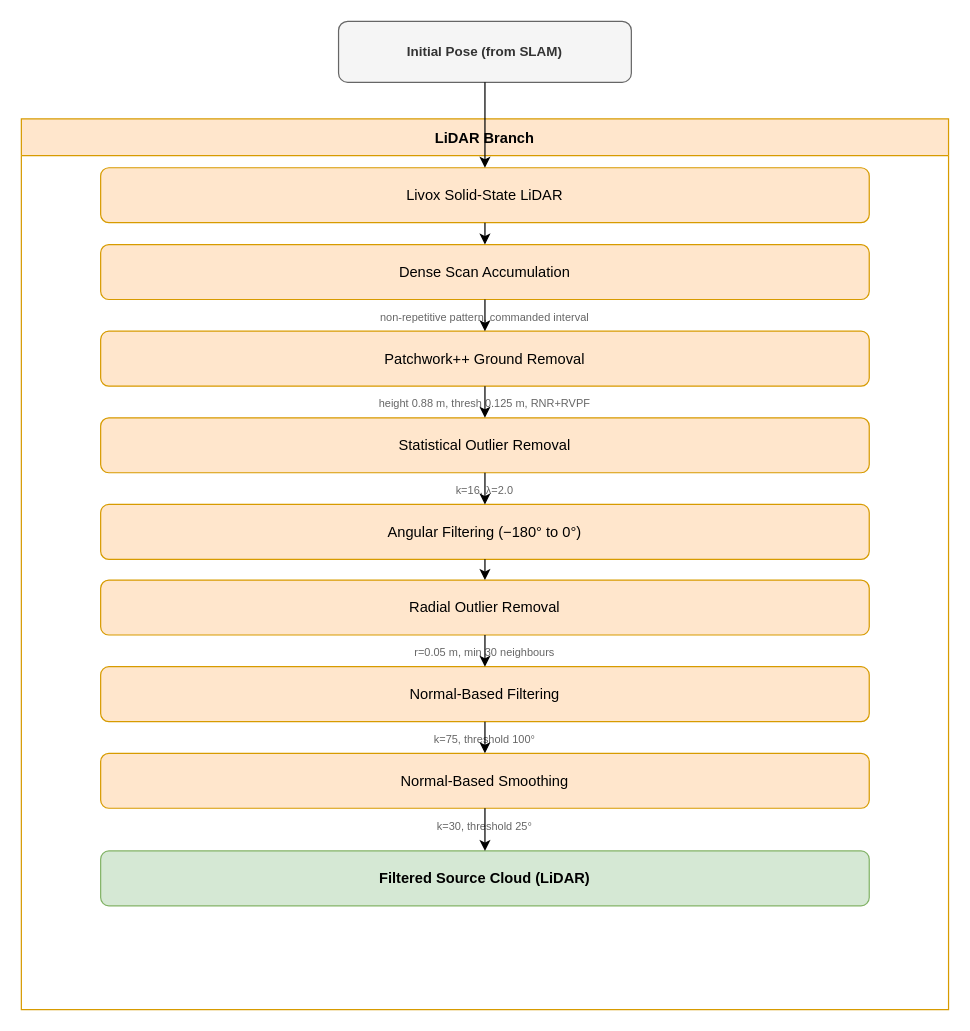
Before: 4-precise-alignment/4-methodology/figures/pa-pipeline-lidar.drawio in philipStenger/masters-thesis, a draw.io diagram. Source tidied: cells renumbered, new cells numbered last; positions are measured from the earlier drawing's top-left corner, leaving out a move shared by most shapes. Both pictures are drawn from the tidied source at 122%, with x=0, y=0 at pixel (21, 21).
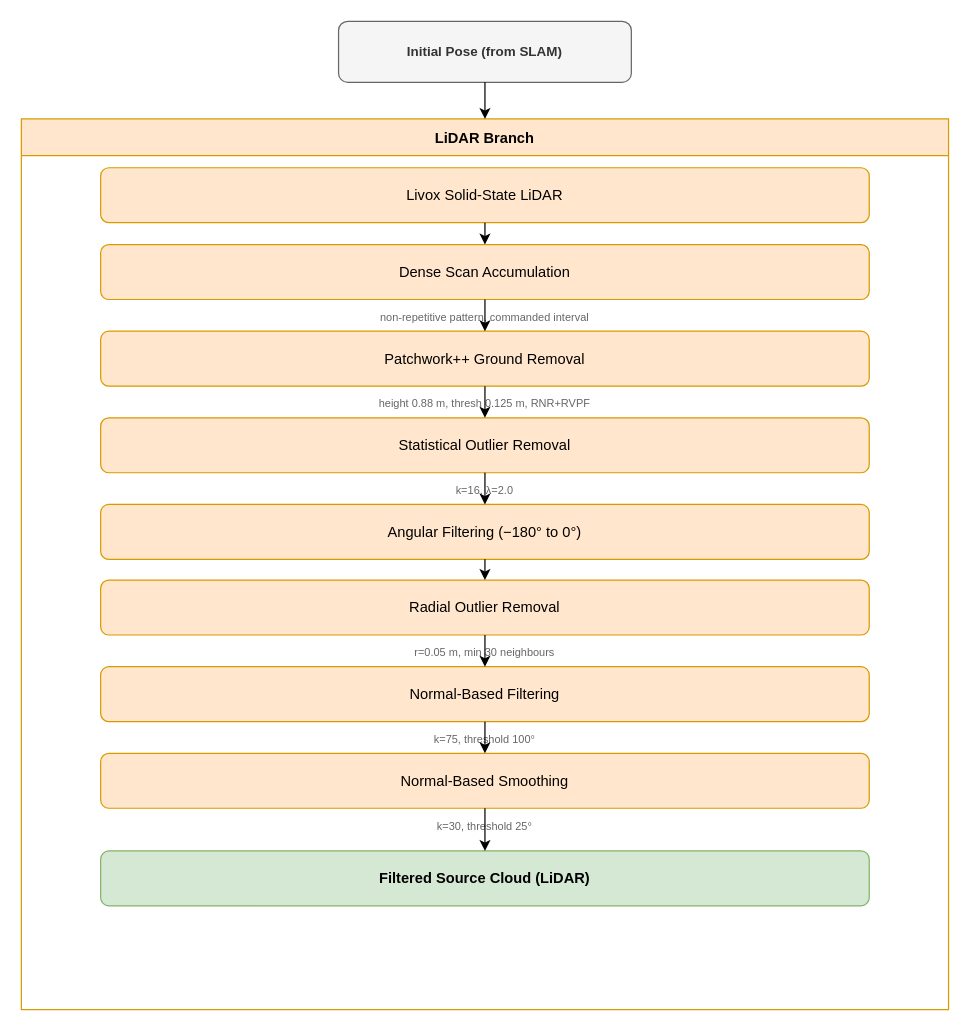
After the change.

The change refers to these unchanged cells:
```xml
<mxCell id="2" value="Initial Pose (from SLAM)" style="rounded=1;whiteSpace=wrap;html=1;fillColor=#f5f5f5;strokeColor=#666666;fontColor=#333333;fontStyle=1;fontSize=11;" parent="1" vertex="1">
  <mxGeometry x="260" width="240" height="50" as="geometry" />
</mxCell>
<mxCell id="4" value="Livox Solid-State LiDAR" style="rounded=1;whiteSpace=wrap;html=1;fillColor=#ffe6cc;strokeColor=#d79b00;" parent="3" vertex="1">
  <mxGeometry x="65" y="40" width="630" height="45" as="geometry" />
</mxCell>
```

Diff of the diagram source:
```diff
@@
-    <mxCell id="19" style="edgeStyle=orthogonalEdgeStyle;" parent="1" edge="1" source="2" target="4">
-      <mxGeometry relative="1" as="geometry" />
+    <mxCell id="19" style="edgeStyle=orthogonalEdgeStyle;" parent="1" edge="1" source="2">
+      <mxGeometry relative="1" as="geometry">
+        <mxPoint x="380" y="80" as="targetPoint" />
+      </mxGeometry>
     </mxCell>
```
